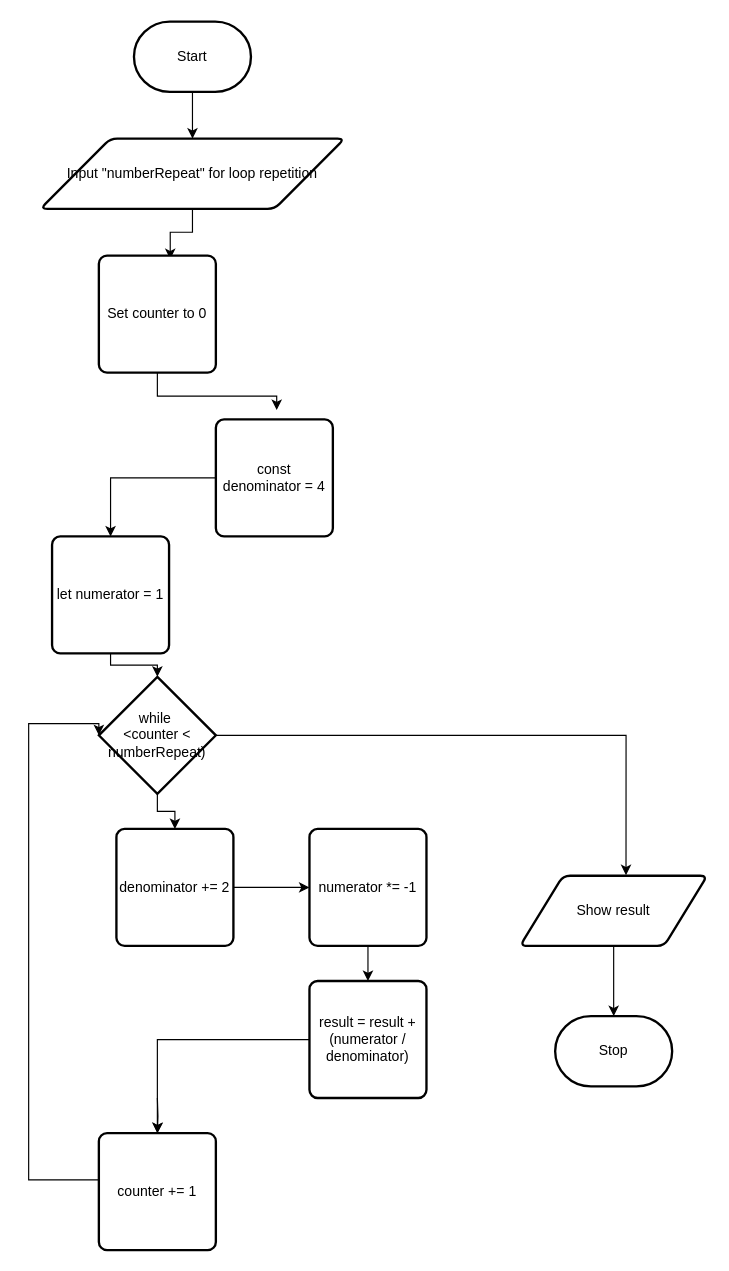
This is design/flowchart.drawio from MTHS-ICD2O-1-2023/ICD2O-Assignment-05-Gabriel-Zanardi, a draw.io file, before an edit. Source tidied: cells renumbered, new cells numbered last; positions are measured from the earlier drawing's top-left corner, leaving out a move shared by most shapes. Both pictures are drawn from the tidied source at 117%, with x=0, y=0 at pixel (28, 21).
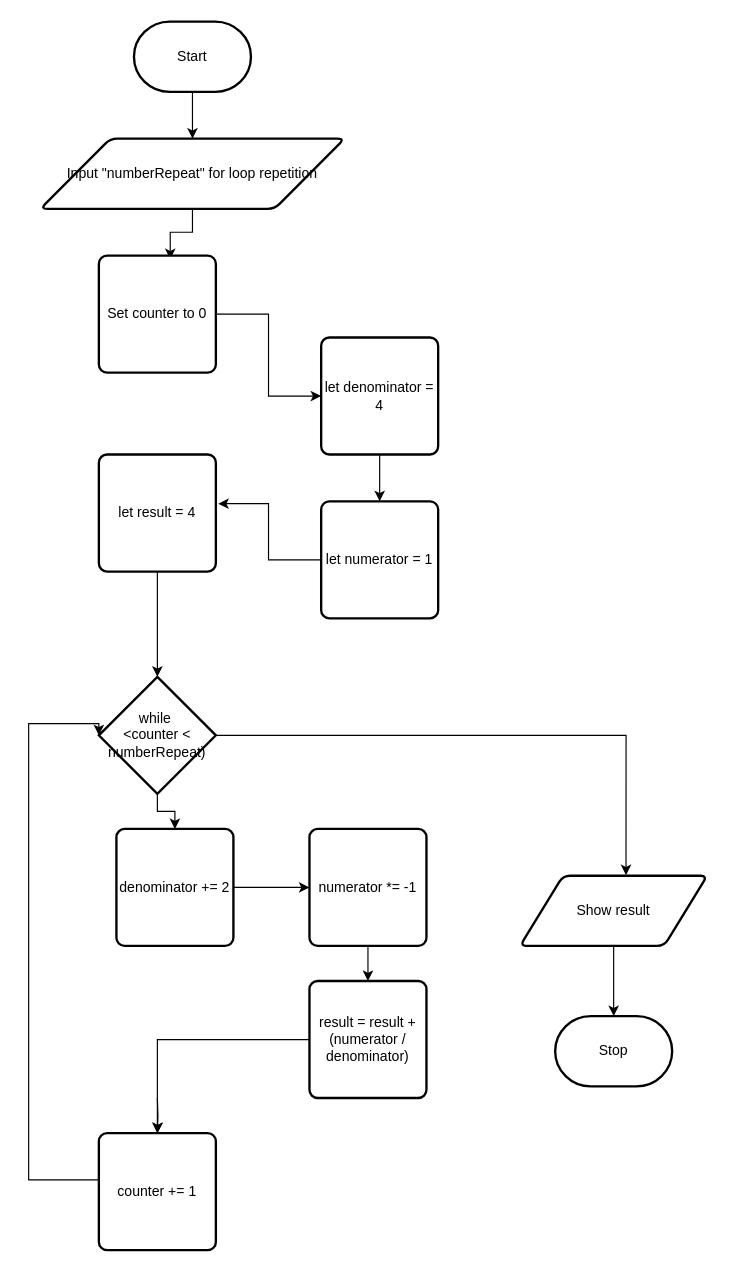
Above is the later version.

Commit message (it also covers changes not shown here):
finished index, flowchart, storyboard, javascript and included an image

The change refers to these unchanged cells:
```xml
<mxCell id="9" value="while&amp;nbsp;&lt;br&gt;&amp;lt;counter &amp;lt; numberRepeat)" style="strokeWidth=2;html=1;shape=mxgraph.flowchart.decision;whiteSpace=wrap;" parent="1" vertex="1">
  <mxGeometry x="60" y="560" width="100" height="100" as="geometry" />
</mxCell>
<mxCell id="11" value="Set counter to 0" style="rounded=1;whiteSpace=wrap;html=1;absoluteArcSize=1;arcSize=14;strokeWidth=2;" parent="1" vertex="1">
  <mxGeometry x="60" y="200" width="100" height="100" as="geometry" />
</mxCell>
```

Change to the diagram source:
```diff
@@
-    <mxCell id="10" style="edgeStyle=orthogonalEdgeStyle;rounded=0;html=1;entryX=0.52;entryY=-0.08;entryDx=0;entryDy=0;entryPerimeter=0;" parent="1" edge="1" source="11" target="25">
+    <mxCell id="10" style="edgeStyle=orthogonalEdgeStyle;rounded=0;html=1;entryX=0;entryY=0.5;entryDx=0;entryDy=0;" parent="1" edge="1" source="11" target="25">
       <mxGeometry relative="1" as="geometry" />
     </mxCell>
@@
-    <mxCell id="17" style="edgeStyle=orthogonalEdgeStyle;rounded=0;html=1;entryX=0.5;entryY=0;entryDx=0;entryDy=0;entryPerimeter=0;exitX=0.5;exitY=1;exitDx=0;exitDy=0;" parent="1" edge="1" source="26" target="9">
-      <mxGeometry relative="1" as="geometry" />
-    </mxCell>
@@
-    <mxCell id="25" value="const denominator = 4" style="rounded=1;whiteSpace=wrap;html=1;absoluteArcSize=1;arcSize=14;strokeWidth=2;" parent="1" vertex="1">
-      <mxGeometry x="160" y="340" width="100" height="100" as="geometry" />
+    <mxCell id="25" value="let denominator = 4" style="rounded=1;whiteSpace=wrap;html=1;absoluteArcSize=1;arcSize=14;strokeWidth=2;" parent="1" vertex="1">
+      <mxGeometry x="250" y="270" width="100" height="100" as="geometry" />
     </mxCell>
+    <mxCell id="27" style="edgeStyle=orthogonalEdgeStyle;rounded=0;html=1;entryX=1.02;entryY=0.42;entryDx=0;entryDy=0;entryPerimeter=0;" parent="1" edge="1" source="26" target="29">
+      <mxGeometry relative="1" as="geometry" />
+    </mxCell>
     <mxCell id="26" value="let numerator = 1" style="rounded=1;whiteSpace=wrap;html=1;absoluteArcSize=1;arcSize=14;strokeWidth=2;" parent="1" vertex="1">
-      <mxGeometry x="20" y="440" width="100" height="100" as="geometry" />
+      <mxGeometry x="250" y="410" width="100" height="100" as="geometry" />
     </mxCell>
+    <mxCell id="28" style="edgeStyle=orthogonalEdgeStyle;rounded=0;html=1;entryX=0.5;entryY=0;entryDx=0;entryDy=0;entryPerimeter=0;" parent="1" edge="1" source="29" target="9">
+      <mxGeometry relative="1" as="geometry" />
+    </mxCell>
+    <mxCell id="29" value="let result = 4" style="rounded=1;whiteSpace=wrap;html=1;absoluteArcSize=1;arcSize=14;strokeWidth=2;" parent="1" vertex="1">
+      <mxGeometry x="60" y="370" width="100" height="100" as="geometry" />
+    </mxCell>
```
